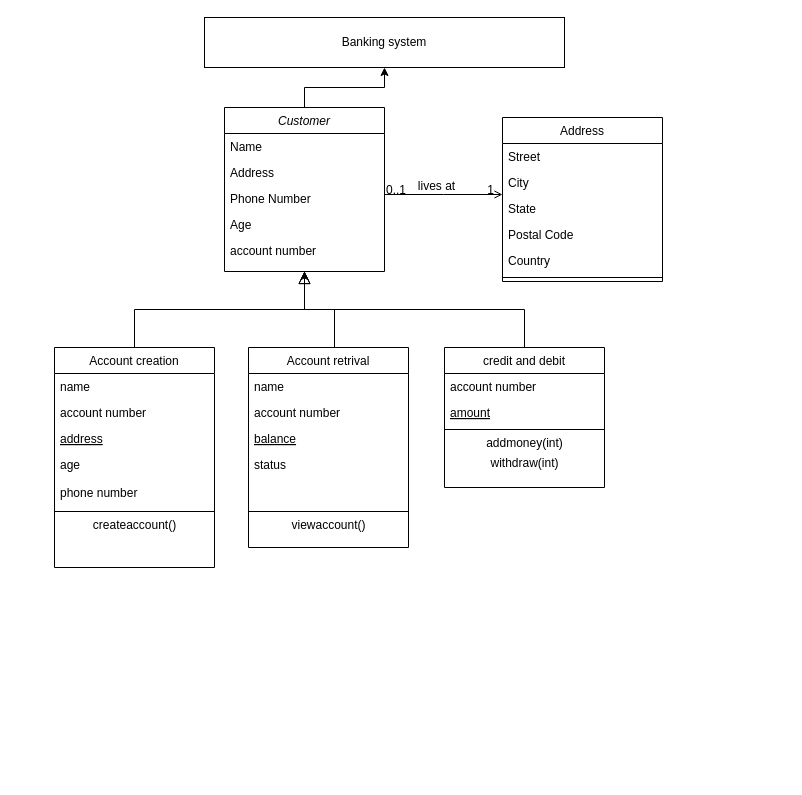
Before: Untitled Diagram.drawio in 99002638/miniproject, a draw.io diagram. Source tidied: cells renumbered, new cells numbered last; positions are measured from the earlier drawing's top-left corner, leaving out a move shared by most shapes. Both pictures are drawn from the tidied source at 100%, with x=0, y=0 at pixel (54, 17).
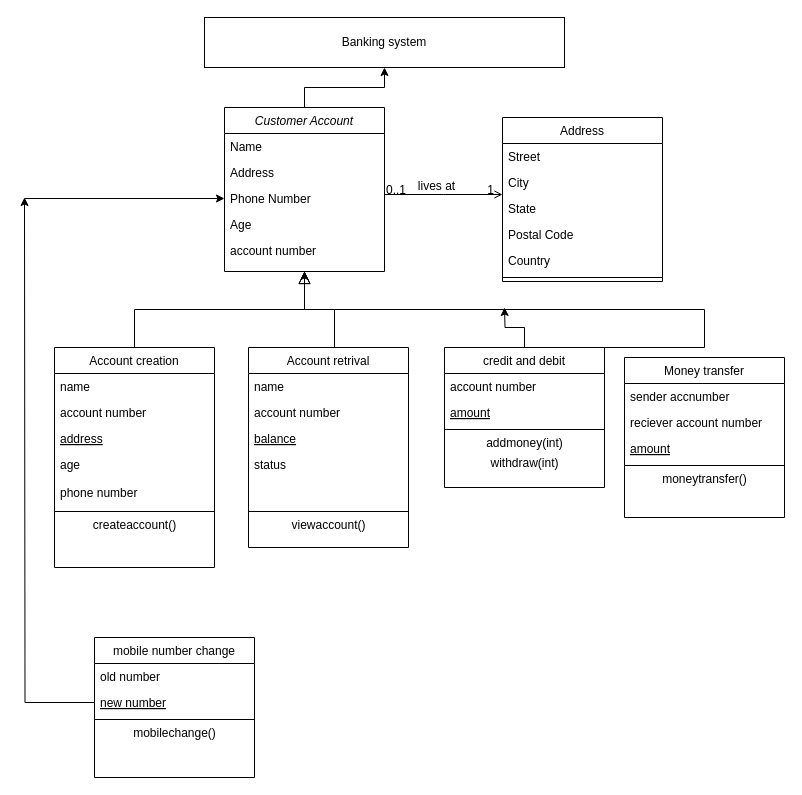
The same page after the edit.

Unchanged cells that the change refers to:
```xml
<mxCell id="38" value="credit and debit" style="swimlane;fontStyle=0;align=center;verticalAlign=top;horizontal=1;startSize=26;rounded=0;shadow=0;strokeWidth=1;" parent="1" vertex="1">
  <mxGeometry x="390" y="330" width="160" height="140" as="geometry" />
</mxCell>
```

The edit, as a diff of the source:
```diff
@@
-    <mxCell id="24" value="Customer" style="swimlane;fontStyle=2;align=center;verticalAlign=top;horizontal=1;startSize=26;rounded=0;shadow=0;strokeWidth=1;" parent="1" vertex="1">
+    <mxCell id="24" value="Customer Account" style="swimlane;fontStyle=2;align=center;verticalAlign=top;horizontal=1;startSize=26;rounded=0;shadow=0;strokeWidth=1;" parent="1" vertex="1">
       <mxGeometry x="170" y="90" width="160" height="164" as="geometry" />
     </mxCell>
@@
+    <mxCell id="44" style="endArrow=classic;html=1;" parent="24" edge="1">
+      <mxGeometry relative="1" as="geometry">
+        <mxPoint x="-200" y="91" as="sourcePoint" />
+        <mxPoint y="91" as="targetPoint" />
+      </mxGeometry>
+    </mxCell>
@@
     <mxCell id="37" style="edgeStyle=orthogonalEdgeStyle;rounded=0;jettySize=auto;html=1;exitX=0.5;exitY=0;exitDx=0;exitDy=0;entryX=0.5;entryY=1;entryDx=0;entryDy=0;" parent="1" edge="1" source="38" target="24">
-      <mxGeometry relative="1" as="geometry" />
+      <mxGeometry relative="1" as="geometry">
+        <Array as="points">
+          <mxPoint x="650" y="330" />
+          <mxPoint x="650" y="292" />
+          <mxPoint x="250" y="292" />
+        </Array>
+      </mxGeometry>
     </mxCell>
+    <mxCell id="45" style="edgeStyle=orthogonalEdgeStyle;rounded=0;jettySize=auto;html=1;exitX=0.5;exitY=0;exitDx=0;exitDy=0;" parent="1" edge="1" source="38">
+      <mxGeometry relative="1" as="geometry">
+        <mxPoint x="450" y="290" as="targetPoint" />
+      </mxGeometry>
+    </mxCell>
@@
+    <mxCell id="46" value="Money transfer" style="swimlane;fontStyle=0;align=center;verticalAlign=top;horizontal=1;startSize=26;rounded=0;shadow=0;strokeWidth=1;" parent="1" vertex="1">
+      <mxGeometry x="570" y="340" width="160" height="160" as="geometry" />
+    </mxCell>
+    <mxCell id="47" value="sender accnumber" style="text;align=left;verticalAlign=top;spacingLeft=4;spacingRight=4;overflow=hidden;" parent="46" vertex="1">
+      <mxGeometry y="26" width="160" height="26" as="geometry" />
+    </mxCell>
+    <mxCell id="48" value="reciever account number" style="text;align=left;verticalAlign=top;spacingLeft=4;spacingRight=4;overflow=hidden;rounded=0;shadow=0;html=0;" parent="46" vertex="1">
+      <mxGeometry y="52" width="160" height="26" as="geometry" />
+    </mxCell>
+    <mxCell id="49" value="amount" style="text;align=left;verticalAlign=top;spacingLeft=4;spacingRight=4;overflow=hidden;fontStyle=4;" parent="46" vertex="1">
+      <mxGeometry y="78" width="160" height="26" as="geometry" />
+    </mxCell>
+    <mxCell id="50" style="line;html=1;strokeWidth=1;align=left;verticalAlign=middle;spacingTop=-1;spacingLeft=3;spacingRight=3;labelPosition=right;" parent="46" vertex="1">
+      <mxGeometry y="104" width="160" height="8" as="geometry" />
+    </mxCell>
+    <mxCell id="51" value="moneytransfer()" style="text;html=1;align=center;verticalAlign=middle;" parent="46" vertex="1">
+      <mxGeometry y="112" width="160" height="20" as="geometry" />
+    </mxCell>
+    <mxCell id="52" value="mobile number change" style="swimlane;fontStyle=0;align=center;verticalAlign=top;horizontal=1;startSize=26;rounded=0;shadow=0;strokeWidth=1;" parent="1" vertex="1">
+      <mxGeometry x="40" y="620" width="160" height="140" as="geometry" />
+    </mxCell>
+    <mxCell id="53" value="old number" style="text;align=left;verticalAlign=top;spacingLeft=4;spacingRight=4;overflow=hidden;rounded=0;shadow=0;html=0;" parent="52" vertex="1">
+      <mxGeometry y="26" width="160" height="26" as="geometry" />
+    </mxCell>
+    <mxCell id="54" value="new number" style="text;align=left;verticalAlign=top;spacingLeft=4;spacingRight=4;overflow=hidden;points=[[0,0.5],[1,0.5]];portConstraint=eastwest;fontStyle=4;" parent="52" vertex="1">
+      <mxGeometry y="52" width="160" height="26" as="geometry" />
+    </mxCell>
+    <mxCell id="55" style="line;html=1;strokeWidth=1;align=left;verticalAlign=middle;spacingTop=-1;spacingLeft=3;spacingRight=3;labelPosition=right;" parent="52" vertex="1">
+      <mxGeometry y="78" width="160" height="8" as="geometry" />
+    </mxCell>
+    <mxCell id="56" value="mobilechange()" style="text;html=1;align=center;verticalAlign=middle;" parent="52" vertex="1">
+      <mxGeometry y="86" width="160" height="20" as="geometry" />
+    </mxCell>
+    <mxCell id="57" style="edgeStyle=orthogonalEdgeStyle;rounded=0;jettySize=auto;html=1;exitX=0;exitY=0.5;exitDx=0;exitDy=0;" parent="1" edge="1" source="54">
+      <mxGeometry relative="1" as="geometry">
+        <mxPoint x="-30" y="180" as="targetPoint" />
+      </mxGeometry>
+    </mxCell>
```
